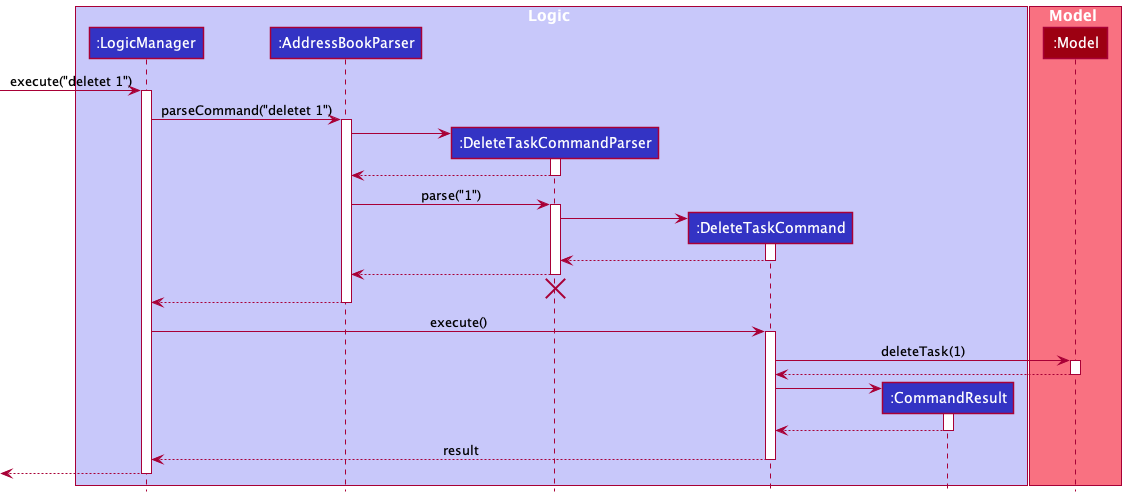
This is docs/images/DeleteTaskSequenceDiagram.png from snss231/tp, a PlantUML export, as it was before one commit.
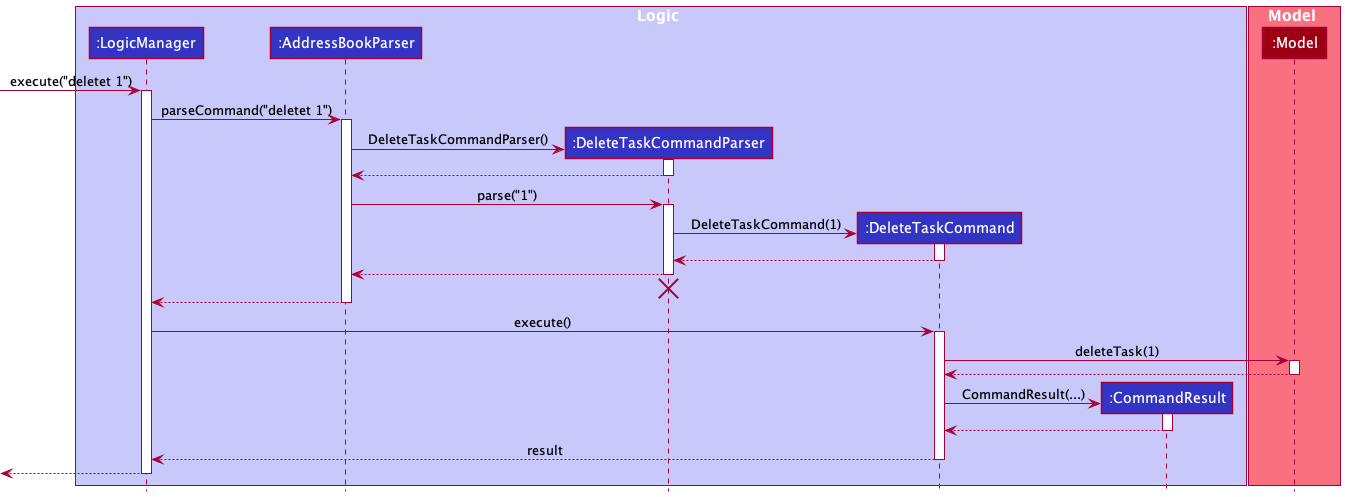
The same file after the commit.

What changed in the source:
```diff
@@ -20,7 +20,7 @@
 activate AddressBookParser
 
 create DeleteTaskCommandParser
-AddressBookParser -> DeleteTaskCommandParser
+AddressBookParser -> DeleteTaskCommandParser : DeleteTaskCommandParser()
 activate DeleteTaskCommandParser
 
 DeleteTaskCommandParser --> AddressBookParser
@@ -30,7 +30,7 @@
 activate DeleteTaskCommandParser
 
 create DeleteTaskCommand
-DeleteTaskCommandParser -> DeleteTaskCommand
+DeleteTaskCommandParser -> DeleteTaskCommand : DeleteTaskCommand(1)
 activate DeleteTaskCommand
 
 DeleteTaskCommand --> DeleteTaskCommandParser
@@ -54,7 +54,7 @@
 deactivate Model
 
 create CommandResult
-DeleteTaskCommand -> CommandResult
+DeleteTaskCommand -> CommandResult : CommandResult(...)
 activate CommandResult
 
 CommandResult --> DeleteTaskCommand
```
